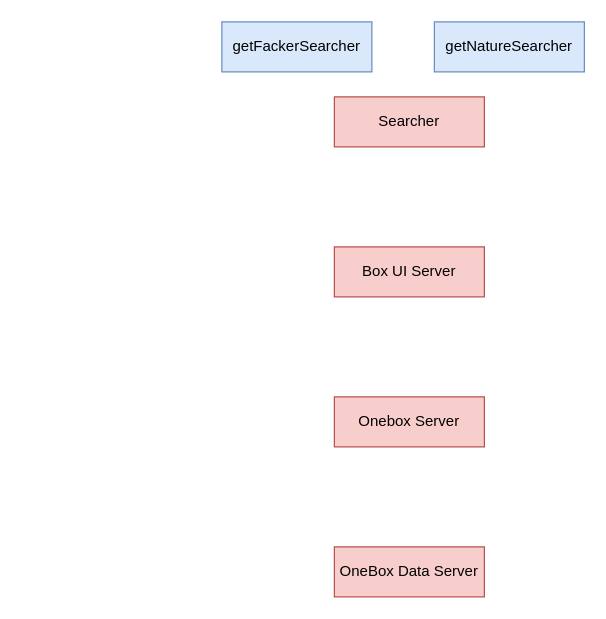
Earlier version of the draw.io diagram Untitled Diagram.drawio (hszy00232/digrams). Source tidied: cells renumbered, new cells numbered last; positions are measured from the earlier drawing's top-left corner, leaving out a move shared by most shapes. Both pictures are drawn from the tidied source at 125%, with x=0, y=0 at pixel (221, 21).
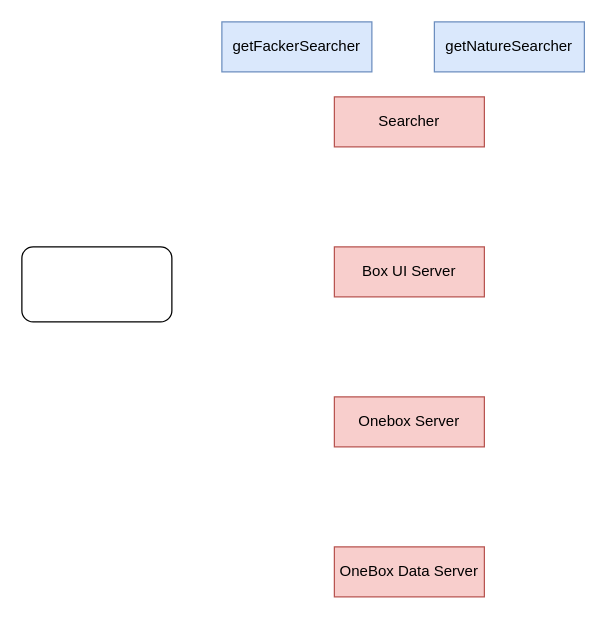
The same page after the edit.

Diff of the diagram source:
```diff
@@
 <mxGraphModel>
   <root>
     <mxCell id="0" />
     <mxCell id="1" parent="0" />
     <mxCell id="2" value="Searcher" style="rounded=0;whiteSpace=wrap;html=1;fillColor=#f8cecc;strokeColor=#b85450;" parent="1" vertex="1">
       <mxGeometry x="90" y="60" width="120" height="40" as="geometry" />
     </mxCell>
     <mxCell id="3" value="getFackerSearcher" style="rounded=0;whiteSpace=wrap;html=1;fillColor=#dae8fc;strokeColor=#6c8ebf;" parent="1" vertex="1">
       <mxGeometry width="120" height="40" as="geometry" />
     </mxCell>
     <mxCell id="4" value="getNatureSearcher" style="rounded=0;whiteSpace=wrap;html=1;fillColor=#dae8fc;strokeColor=#6c8ebf;" parent="1" vertex="1">
       <mxGeometry x="170" width="120" height="40" as="geometry" />
     </mxCell>
     <mxCell id="5" value="Box UI Server" style="rounded=0;whiteSpace=wrap;html=1;fillColor=#f8cecc;strokeColor=#b85450;" parent="1" vertex="1">
       <mxGeometry x="90" y="180" width="120" height="40" as="geometry" />
     </mxCell>
     <mxCell id="6" value="Onebox Server" style="rounded=0;whiteSpace=wrap;html=1;fillColor=#f8cecc;strokeColor=#b85450;" parent="1" vertex="1">
       <mxGeometry x="90" y="300" width="120" height="40" as="geometry" />
     </mxCell>
     <mxCell id="7" value="OneBox Data Server" style="rounded=0;whiteSpace=wrap;html=1;fillColor=#f8cecc;strokeColor=#b85450;" parent="1" vertex="1">
       <mxGeometry x="90" y="420" width="120" height="40" as="geometry" />
     </mxCell>
+    <mxCell id="8" style="rounded=1;whiteSpace=wrap;html=1;" parent="1" vertex="1">
+      <mxGeometry x="-160" y="180" width="120" height="60" as="geometry" />
+    </mxCell>
   </root>
 </mxGraphModel>
```
